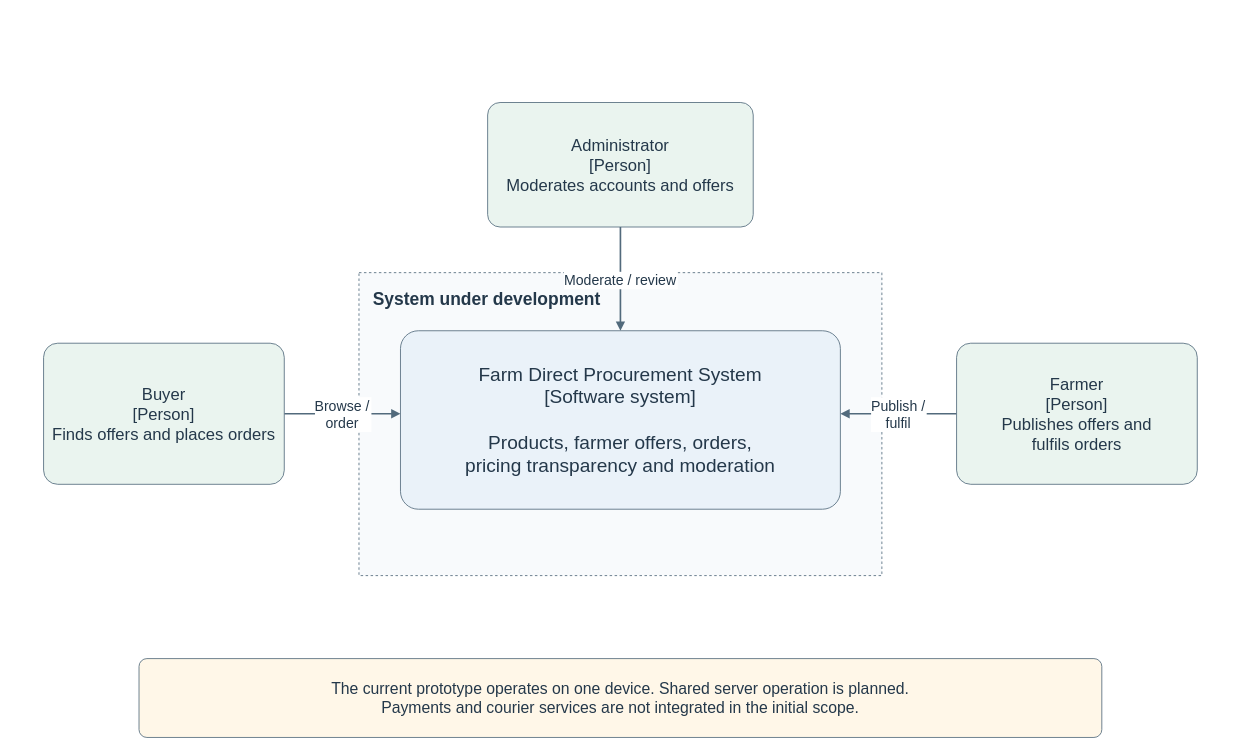
The draw.io diagram page "Figure 7.1. System context" (1 of 3) of diagrams/farm-direct-architecture.drawio in ayanat-amangeldi/farm-direct-procurement, before the edit. Source tidied: cells renumbered, new cells numbered last; positions are measured from the earlier drawing's top-left corner, leaving out a move shared by most shapes. Both pictures are drawn from the tidied source at 83%, with x=0, y=0 at pixel (43, 102).
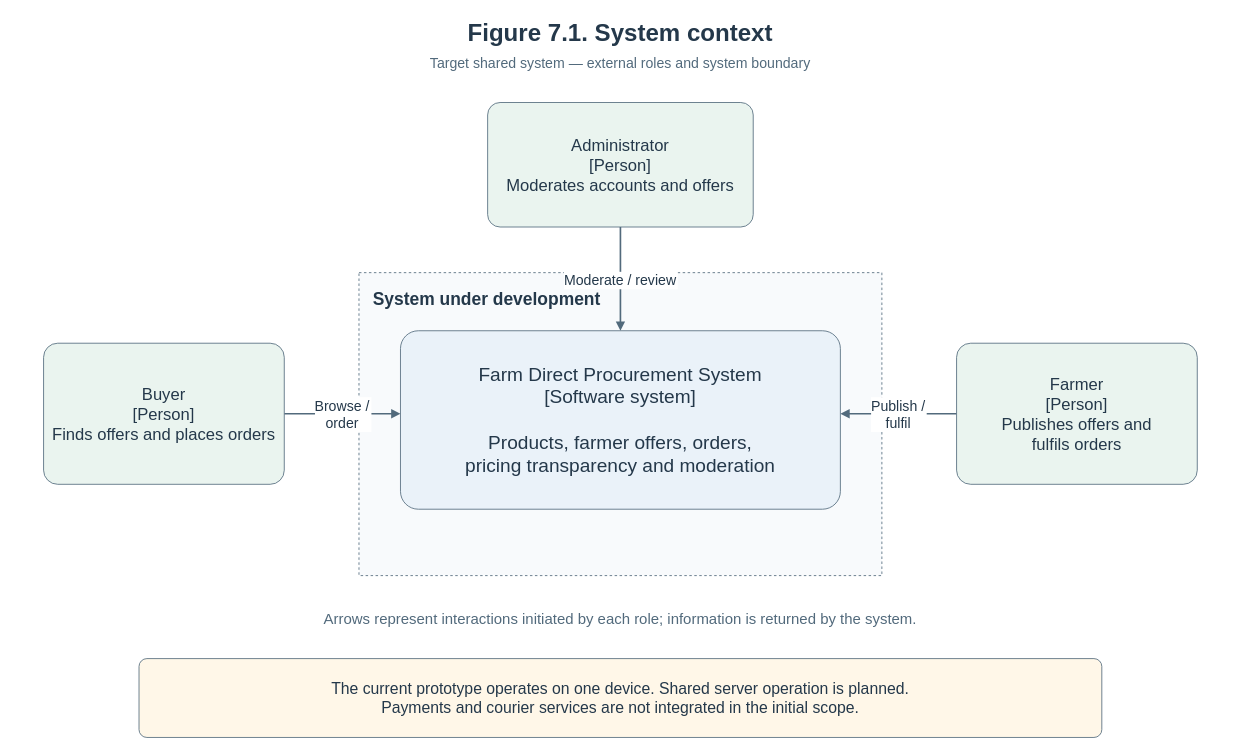
Above is the later version.

Change to the diagram source:
```diff
@@
 <mxGraphModel>
   <root>
     <mxCell id="0" />
     <mxCell id="1" parent="0" />
     <mxCell id="2" value="System under development" style="rounded=0;whiteSpace=wrap;html=0;verticalAlign=top;align=left;spacingTop=12;spacingLeft=15;fillColor=#F8FAFC;strokeColor=#526A7C;fontColor=#24384A;fontSize=21;fontStyle=1;dashed=1;" parent="1" vertex="1">
       <mxGeometry x="380" y="205" width="630" height="365" as="geometry" />
     </mxCell>
     <mxCell id="3" value="Browse /&#10;order" style="edgeStyle=orthogonalEdgeStyle;rounded=0;html=0;strokeColor=#526A7C;strokeWidth=2;fontColor=#24384A;fontSize=17;labelBackgroundColor=white;endArrow=block;endFill=1;exitX=1.0;exitY=0.5;exitDx=0;exitDy=0;entryX=0.0;entryY=0.46511627906976744;entryDx=0;entryDy=0;" parent="1" edge="1" source="7" target="6">
       <mxGeometry relative="1" as="geometry" />
     </mxCell>
     <mxCell id="4" value="Publish /&#10;fulfil" style="edgeStyle=orthogonalEdgeStyle;rounded=0;html=0;strokeColor=#526A7C;strokeWidth=2;fontColor=#24384A;fontSize=17;labelBackgroundColor=white;endArrow=block;endFill=1;exitX=0.0;exitY=0.5;exitDx=0;exitDy=0;entryX=1.0;entryY=0.46511627906976744;entryDx=0;entryDy=0;" parent="1" edge="1" source="8" target="6">
       <mxGeometry relative="1" as="geometry" />
     </mxCell>
     <mxCell id="5" value="Moderate / review" style="edgeStyle=orthogonalEdgeStyle;rounded=0;html=0;strokeColor=#526A7C;strokeWidth=2;fontColor=#24384A;fontSize=17;labelBackgroundColor=white;endArrow=block;endFill=1;exitX=0.5;exitY=1.0;exitDx=0;exitDy=0;entryX=0.5;entryY=0.0;entryDx=0;entryDy=0;" parent="1" edge="1" source="9" target="6">
       <mxGeometry relative="1" as="geometry" />
     </mxCell>
     <mxCell id="6" value="Farm Direct Procurement System&#10;[Software system]&#10;&#10;Products, farmer offers, orders,&#10;pricing transparency and moderation" style="rounded=1;arcSize=10;whiteSpace=wrap;html=0;strokeColor=#526A7C;fillColor=#EAF2F9;fontColor=#24384A;fontSize=23;fontFamily=Helvetica;spacing=10;" parent="1" vertex="1">
       <mxGeometry x="430" y="275" width="530" height="215" as="geometry" />
     </mxCell>
     <mxCell id="7" value="Buyer&#10;[Person]&#10;Finds offers and places orders" style="rounded=1;arcSize=10;whiteSpace=wrap;html=0;strokeColor=#526A7C;fillColor=#EAF4EF;fontColor=#24384A;fontSize=20;fontFamily=Helvetica;spacing=10;" parent="1" vertex="1">
       <mxGeometry y="290" width="290" height="170" as="geometry" />
     </mxCell>
     <mxCell id="8" value="Farmer&#10;[Person]&#10;Publishes offers and&#10;fulfils orders" style="rounded=1;arcSize=10;whiteSpace=wrap;html=0;strokeColor=#526A7C;fillColor=#EAF4EF;fontColor=#24384A;fontSize=20;fontFamily=Helvetica;spacing=10;" parent="1" vertex="1">
       <mxGeometry x="1100" y="290" width="290" height="170" as="geometry" />
     </mxCell>
     <mxCell id="9" value="Administrator&#10;[Person]&#10;Moderates accounts and offers" style="rounded=1;arcSize=10;whiteSpace=wrap;html=0;strokeColor=#526A7C;fillColor=#EAF4EF;fontColor=#24384A;fontSize=20;fontFamily=Helvetica;spacing=10;" parent="1" vertex="1">
       <mxGeometry x="535" width="320" height="150" as="geometry" />
     </mxCell>
     <mxCell id="10" value="The current prototype operates on one device. Shared server operation is planned.&#10;Payments and courier services are not integrated in the initial scope." style="rounded=1;arcSize=10;whiteSpace=wrap;html=0;strokeColor=#526A7C;fillColor=#FFF7E8;fontColor=#24384A;fontSize=19;fontFamily=Helvetica;spacing=10;" parent="1" vertex="1">
       <mxGeometry x="115" y="670" width="1160" height="95" as="geometry" />
     </mxCell>
+    <mxCell id="11" value="Figure 7.1. System context" style="text;html=0;whiteSpace=wrap;overflow=visible;align=center;verticalAlign=middle;strokeColor=none;fillColor=none;fontColor=#24384A;fontSize=29;fontFamily=Helvetica;fontStyle=1;spacing=0;" parent="1" vertex="1">
+      <mxGeometry x="-35" y="-106" width="1460" height="44" as="geometry" />
+    </mxCell>
+    <mxCell id="12" value="Target shared system — external roles and system boundary" style="text;html=0;whiteSpace=wrap;overflow=visible;align=center;verticalAlign=middle;strokeColor=none;fillColor=none;fontColor=#526A7C;fontSize=17;fontFamily=Helvetica;fontStyle=0;spacing=0;" parent="1" vertex="1">
+      <mxGeometry x="-35" y="-60" width="1460" height="28" as="geometry" />
+    </mxCell>
+    <mxCell id="13" value="Arrows represent interactions initiated by each role; information is returned by the system." style="text;html=0;whiteSpace=wrap;overflow=visible;align=center;verticalAlign=middle;strokeColor=none;fillColor=none;fontColor=#526A7C;fontSize=18;fontFamily=Helvetica;fontStyle=0;spacing=0;" parent="1" vertex="1">
+      <mxGeometry x="25" y="602" width="1340" height="42" as="geometry" />
+    </mxCell>
   </root>
 </mxGraphModel>
```
